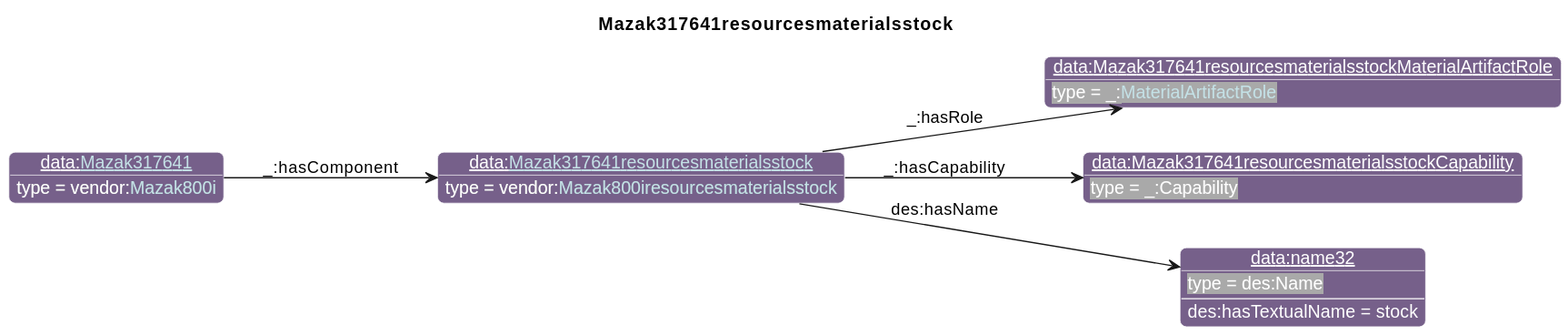
The PlantUML diagram diagrams/Mazak317641resourcesmaterialsstock.svg in iofoundry/example-syseng-mtconnect, before a commit.
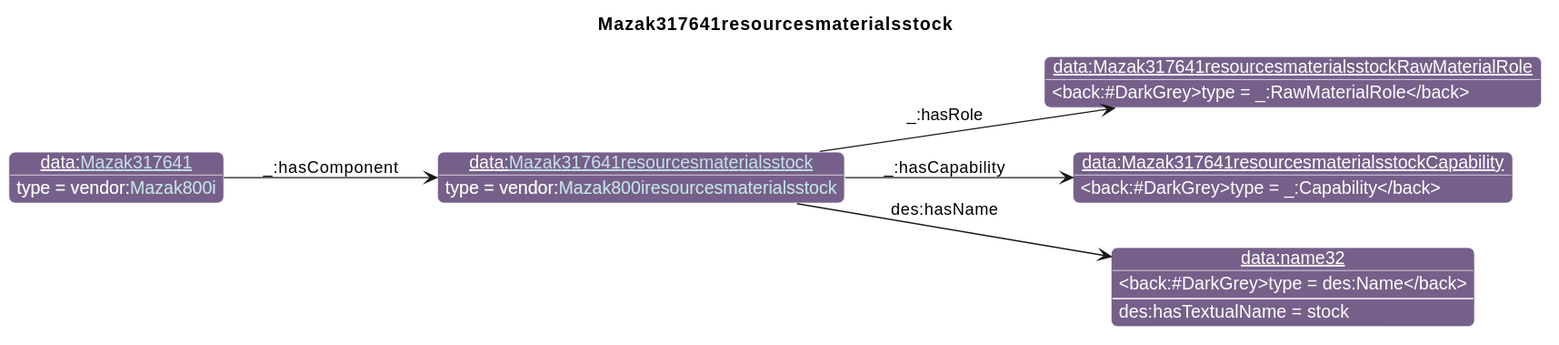
After the change.

The edit, as a diff of the source:
```diff
@@ -26,7 +26,7 @@
                       "qp":"641B2E"
       }
 individual(o0, data:[[./Mazak317641resourcesmaterialsstock.html Mazak317641resourcesmaterialsstock]], vendor:[[../Mazak.html#Mazak800iresourcesmaterialsstock Mazak800iresourcesmaterialsstock]])
-individual(o1, data:Mazak317641resourcesmaterialsstockMaterialArtifactRole, _:[[../MTConnect.html#MaterialArtifactRole MaterialArtifactRole]])
+individual(o1, data:Mazak317641resourcesmaterialsstockRawMaterialRole, _:RawMaterialRole)
 individual(o2, data:Mazak317641resourcesmaterialsstockCapability, _:Capability)
 individual(o3, data:name32, des:Name)
 individual(o4, data:[[./Mazak317641.html Mazak317641]], vendor:[[../Mazak.html#Mazak800i Mazak800i]])
```
